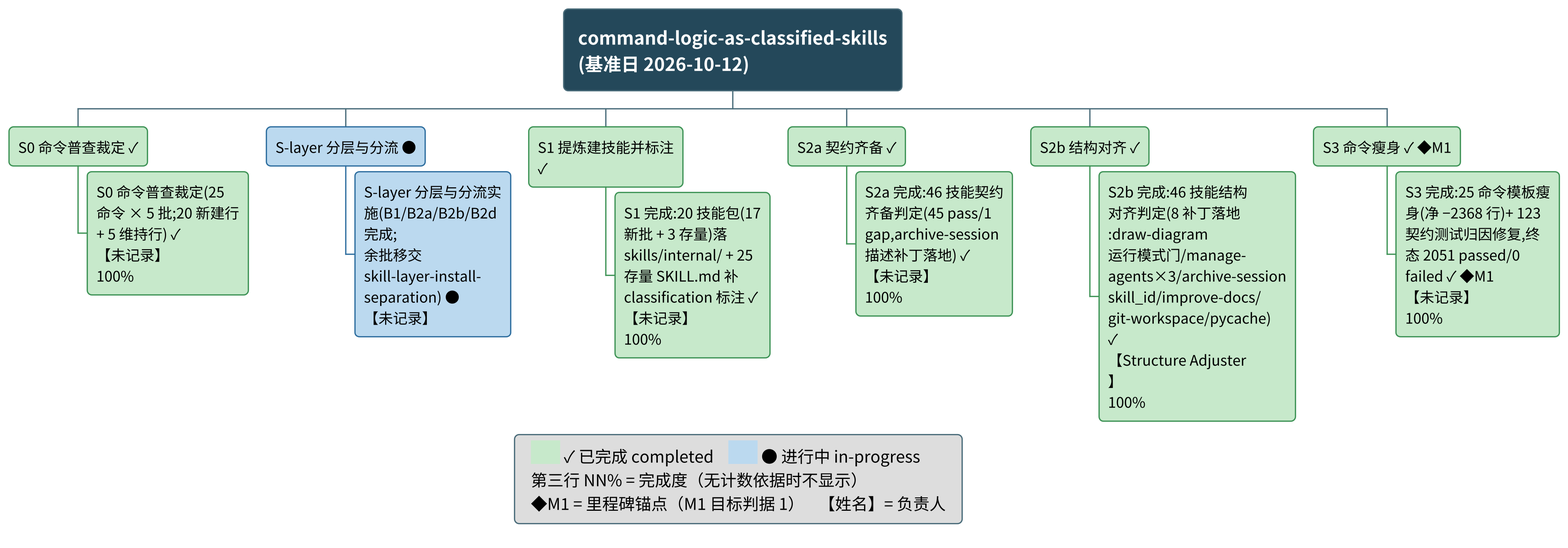
cloud-native-ai/spec-kit keeps this PlantUML diagram as .specify/anchoring/command-logic-as-classified-skills/summary/assets/wbs.png. Above is the earlier version. Source of this version:
```plantuml
@startwbs
skinparam dpi 227
scale 1
skinparam shadowing false
skinparam defaultFontName "Noto Sans CJK SC"
skinparam defaultFontSize 16
<style>
wbsDiagram {
  LineColor #4A6C7A
  LineThickness 1.4
  RoundCorner 10
  node { FontSize 16; Padding 10; Margin 6; MaximumWidth 160 }
  rootNode { BackgroundColor #24485A; FontColor white; FontStyle bold; FontSize 20; Padding 16; MaximumWidth 340 }
  .done  { BackgroundColor #C6E9CB; LineColor #3E9256 }
  .doing { BackgroundColor #BBD8EE; LineColor #2E6E9E }
}
</style>
* command-logic-as-classified-skills\n(基准日 2026-10-12)
** S0 命令普查裁定 ✓ <<done>>
*** S0 命令普查裁定(25 命令 × 5 批;20 新建行 + 5 维持行) ✓\n【未记录】\n100% <<done>>
** S-layer 分层与分流 ● <<doing>>
*** S-layer 分层与分流实施(B1/B2a/B2b/B2d 完成;\n余批移交 skill-layer-install-\nseparation) ●\n【未记录】 <<doing>>
** S1 提炼建技能并标注 ✓ <<done>>
*** S1 完成:20 技能包(17 新批 + 3 存量)落 skills/internal/ + 25 存量 SKILL.md 补 classification 标注 ✓\n【未记录】\n100% <<done>>
** S2a 契约齐备 ✓ <<done>>
*** S2a 完成:46 技能契约齐备判定(45 pass/1 gap,archive-session 描述补丁落地) ✓\n【未记录】\n100% <<done>>
** S2b 结构对齐 ✓ <<done>>
*** S2b 完成:46 技能结构对齐判定(8 补丁落地:draw-diagram\n运行模式门/manage-\nagents×3/archive-session\nskill_id/improve-docs/\ngit-workspace/pycache) ✓\n【Structure Adjuster】\n100% <<done>>
** S3 命令瘦身 ✓ ◆M1 <<done>>
*** S3 完成:25 命令模板瘦身(净 −2368 行)+ 123 契约测试归因修复,终态 2051 passed/0 failed ✓ ◆M1\n【未记录】\n100% <<done>>
legend bottom
  <size:18>  <back:#C6E9CB>        </back> ✓ 已完成 completed    <back:#BBD8EE>        </back> ● 进行中 in-progress  </size>
  <size:18>  第三行 NN% = 完成度（无计数依据时不显示）  </size>
  <size:18>  ◆M1 = 里程碑锚点（M1 目标判据 1）    【姓名】= 负责人  </size>
endlegend
@endwbs
```
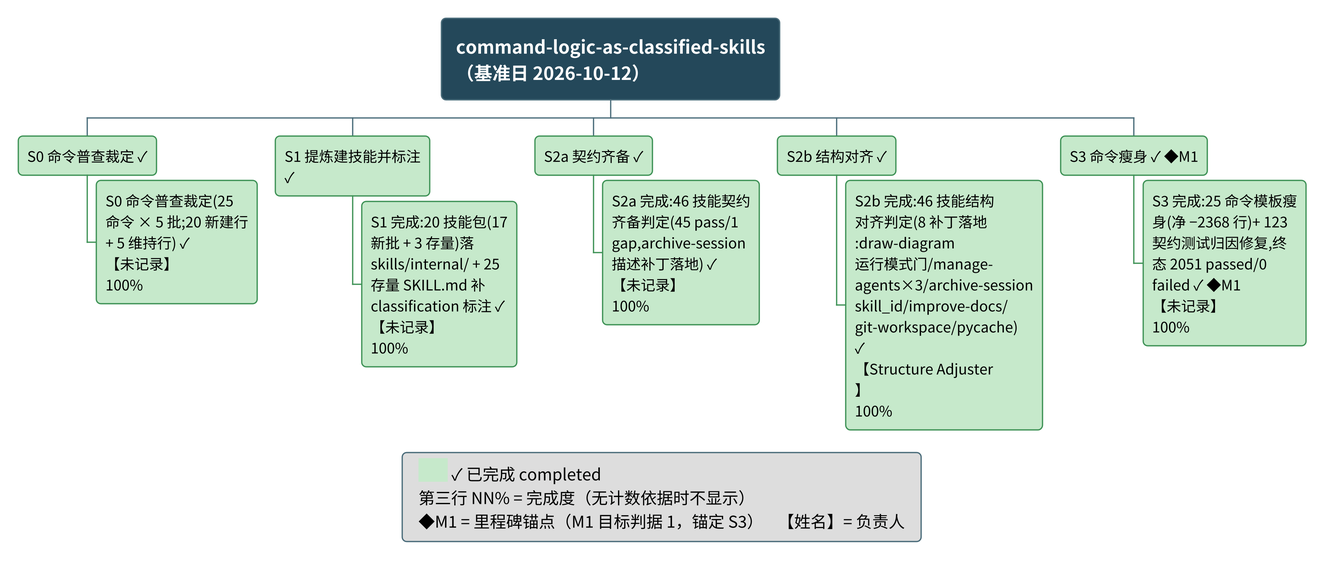
After the change.

The edit, as a diff of the source:
```diff
@@ -1,5 +1,5 @@
 @startwbs
-skinparam dpi 227
+skinparam dpi 269
 scale 1
 skinparam shadowing false
 skinparam defaultFontName "Noto Sans CJK SC"
@@ -12,14 +12,11 @@
   node { FontSize 16; Padding 10; Margin 6; MaximumWidth 160 }
   rootNode { BackgroundColor #24485A; FontColor white; FontStyle bold; FontSize 20; Padding 16; MaximumWidth 340 }
   .done  { BackgroundColor #C6E9CB; LineColor #3E9256 }
-  .doing { BackgroundColor #BBD8EE; LineColor #2E6E9E }
 }
 </style>
-* command-logic-as-classified-skills\n(基准日 2026-10-12)
+* command-logic-as-classified-skills\n（基准日 2026-10-12）
 ** S0 命令普查裁定 ✓ <<done>>
 *** S0 命令普查裁定(25 命令 × 5 批;20 新建行 + 5 维持行) ✓\n【未记录】\n100% <<done>>
-** S-layer 分层与分流 ● <<doing>>
-*** S-layer 分层与分流实施(B1/B2a/B2b/B2d 完成;\n余批移交 skill-layer-install-\nseparation) ●\n【未记录】 <<doing>>
 ** S1 提炼建技能并标注 ✓ <<done>>
 *** S1 完成:20 技能包(17 新批 + 3 存量)落 skills/internal/ + 25 存量 SKILL.md 补 classification 标注 ✓\n【未记录】\n100% <<done>>
 ** S2a 契约齐备 ✓ <<done>>
@@ -29,8 +26,8 @@
 ** S3 命令瘦身 ✓ ◆M1 <<done>>
 *** S3 完成:25 命令模板瘦身(净 −2368 行)+ 123 契约测试归因修复,终态 2051 passed/0 failed ✓ ◆M1\n【未记录】\n100% <<done>>
 legend bottom
-  <size:18>  <back:#C6E9CB>        </back> ✓ 已完成 completed    <back:#BBD8EE>        </back> ● 进行中 in-progress  </size>
+  <size:18>  <back:#C6E9CB>        </back> ✓ 已完成 completed  </size>
   <size:18>  第三行 NN% = 完成度（无计数依据时不显示）  </size>
-  <size:18>  ◆M1 = 里程碑锚点（M1 目标判据 1）    【姓名】= 负责人  </size>
+  <size:18>  ◆M1 = 里程碑锚点（M1 目标判据 1，锚定 S3）    【姓名】= 负责人  </size>
 endlegend
 @endwbs
```
